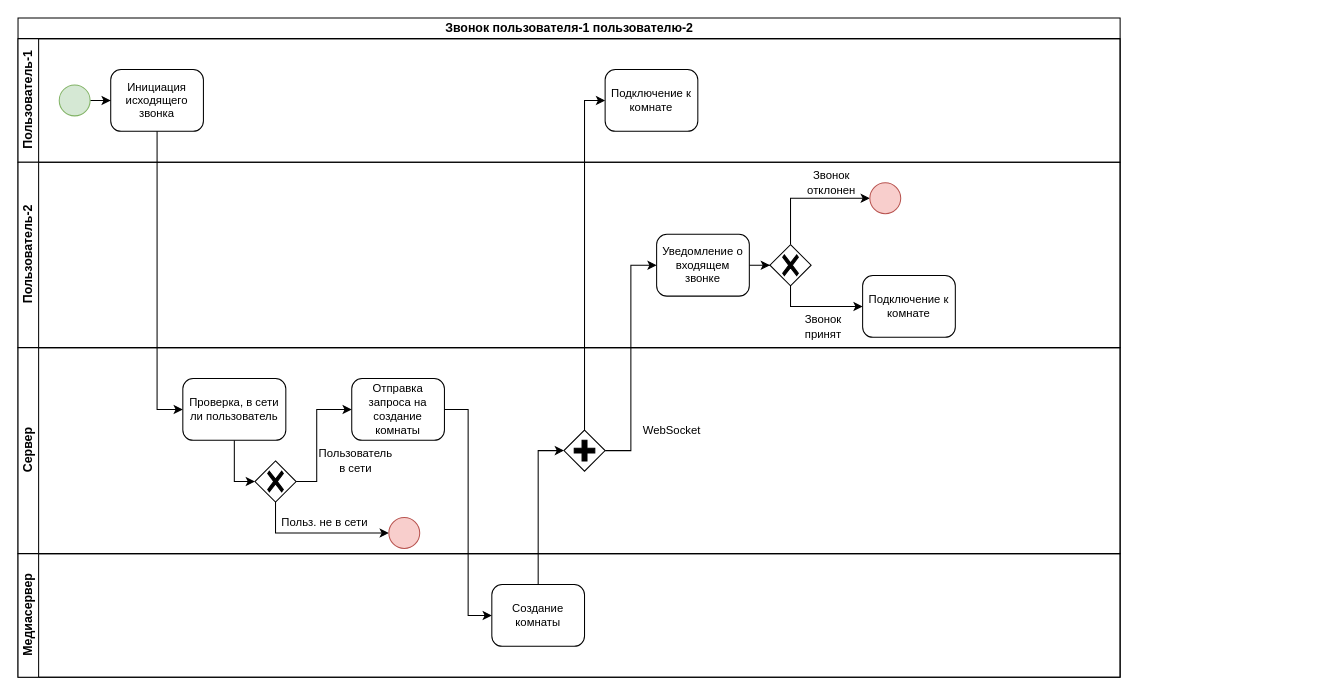
Before: page "Страница 3" (3 of 3) of Диаграммы/Процесс.drawio in den59k/community, a draw.io diagram. Source tidied: cells renumbered, new cells numbered last; positions are measured from the earlier drawing's top-left corner, leaving out a move shared by most shapes. Both pictures are drawn from the tidied source at 103%, with x=0, y=0 at pixel (18, 18).
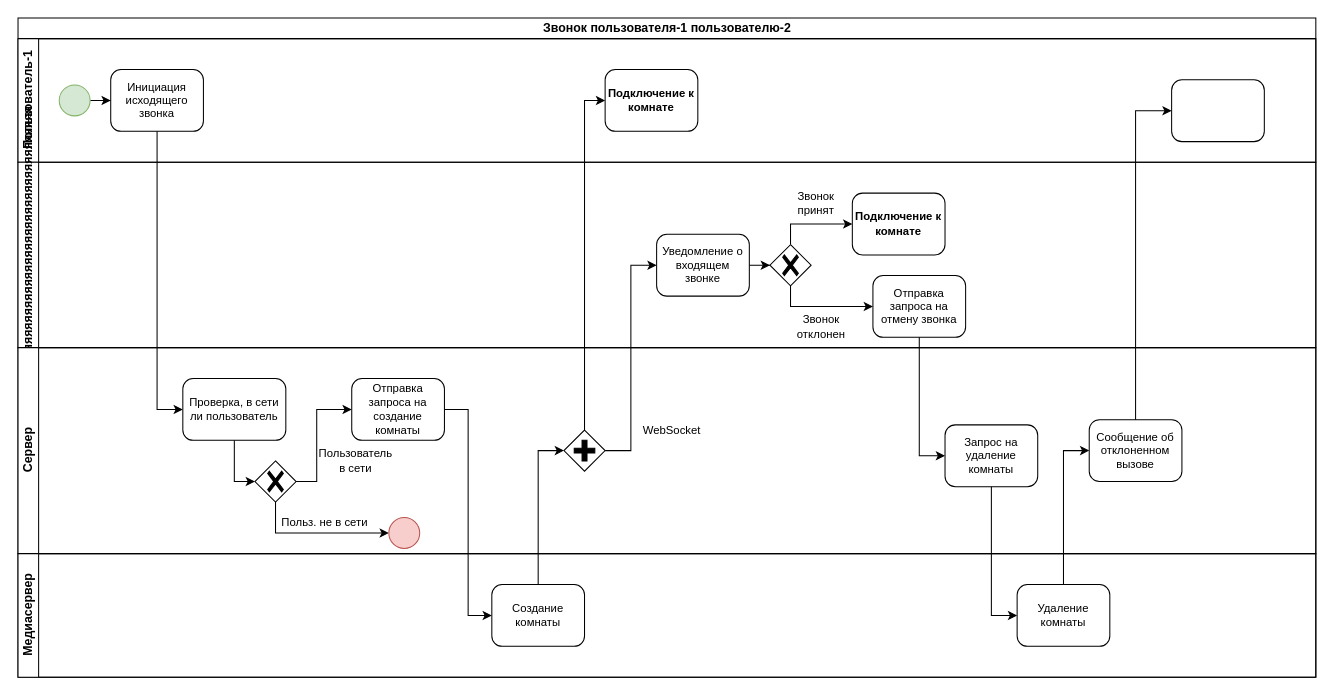
Above is the later version.

The change refers to these unchanged cells:
```xml
<mxCell id="13" style="points=[[0.25,0.25,0],[0.5,0,0],[0.75,0.25,0],[1,0.5,0],[0.75,0.75,0],[0.5,1,0],[0.25,0.75,0],[0,0.5,0]];shape=mxgraph.bpmn.gateway2;html=1;verticalLabelPosition=bottom;labelBackgroundColor=#ffffff;verticalAlign=top;align=center;perimeter=rhombusPerimeter;outlineConnect=0;outline=none;symbol=none;gwType=exclusive;fontSize=11;" parent="8" vertex="1">
  <mxGeometry x="730" y="80" width="40" height="40" as="geometry" />
</mxCell>
```

Change to the diagram source:
```diff
@@
     <mxCell id="2" value="Звонок пользователя-1 пользователю-2" style="swimlane;html=1;horizontal=1;startSize=20;" parent="1" vertex="1">
-      <mxGeometry width="1070" height="640" as="geometry" />
+      <mxGeometry width="1260" height="640" as="geometry" />
     </mxCell>
     <mxCell id="3" value="Пользователь-1" style="swimlane;html=1;startSize=20;horizontal=0;" parent="2" vertex="1">
-      <mxGeometry y="20" width="1070" height="120" as="geometry" />
+      <mxGeometry y="20" width="1260" height="120" as="geometry" />
     </mxCell>
@@
-    <mxCell id="7" value="Подключение к комнате" style="points=[[0.25,0,0],[0.5,0,0],[0.75,0,0],[1,0.25,0],[1,0.5,0],[1,0.75,0],[0.75,1,0],[0.5,1,0],[0.25,1,0],[0,0.75,0],[0,0.5,0],[0,0.25,0]];shape=mxgraph.bpmn.task;rectStyle=rounded;size=10;taskMarker=abstract;whiteSpace=wrap;fontSize=11;" parent="3" vertex="1">
+    <mxCell id="7" value="Подключение к комнате" style="points=[[0.25,0,0],[0.5,0,0],[0.75,0,0],[1,0.25,0],[1,0.5,0],[1,0.75,0],[0.75,1,0],[0.5,1,0],[0.25,1,0],[0,0.75,0],[0,0.5,0],[0,0.25,0]];shape=mxgraph.bpmn.task;rectStyle=rounded;size=10;taskMarker=abstract;whiteSpace=wrap;fontSize=11;fontStyle=1;" parent="3" vertex="1">
       <mxGeometry x="570" y="30" width="90" height="60" as="geometry" />
     </mxCell>
+    <mxCell id="37" style="points=[[0.25,0,0],[0.5,0,0],[0.75,0,0],[1,0.25,0],[1,0.5,0],[1,0.75,0],[0.75,1,0],[0.5,1,0],[0.25,1,0],[0,0.75,0],[0,0.5,0],[0,0.25,0]];shape=mxgraph.bpmn.task;rectStyle=rounded;size=10;taskMarker=abstract;whiteSpace=wrap;fontSize=11;" parent="3" vertex="1">
+      <mxGeometry x="1120" y="40" width="90" height="60" as="geometry" />
+    </mxCell>
-    <mxCell id="8" value="Пользователь-2" style="swimlane;html=1;startSize=20;horizontal=0;" parent="2" vertex="1">
-      <mxGeometry y="140" width="1070" height="180" as="geometry" />
+    <mxCell id="8" value="яяяяяяяяяяяяяяяяяяяяяяяяяяяяяяяяяяяяяяяяя" style="swimlane;html=1;startSize=20;horizontal=0;" parent="2" vertex="1">
+      <mxGeometry y="140" width="1260" height="180" as="geometry" />
     </mxCell>
@@
-    <mxCell id="11" style="edgeStyle=orthogonalEdgeStyle;rounded=0;jettySize=auto;html=1;exitX=0.5;exitY=0;exitDx=0;exitDy=0;exitPerimeter=0;entryX=0;entryY=0.5;entryDx=0;entryDy=0;entryPerimeter=0;fontSize=11;" parent="8" edge="1" source="13" target="14">
-      <mxGeometry relative="1" as="geometry" />
-    </mxCell>
-    <mxCell id="12" style="edgeStyle=orthogonalEdgeStyle;rounded=0;jettySize=auto;html=1;exitX=0.5;exitY=1;exitDx=0;exitDy=0;exitPerimeter=0;entryX=0;entryY=0.5;entryDx=0;entryDy=0;entryPerimeter=0;fontSize=11;" parent="8" edge="1" source="13" target="16">
+    <mxCell id="12" style="edgeStyle=orthogonalEdgeStyle;rounded=0;jettySize=auto;html=1;exitX=0.5;exitY=0;exitDx=0;exitDy=0;exitPerimeter=0;entryX=0;entryY=0.5;entryDx=0;entryDy=0;entryPerimeter=0;" parent="8" edge="1" source="13" target="16">
       <mxGeometry relative="1" as="geometry" />
     </mxCell>
@@
-    <mxCell id="14" style="points=[[0.145,0.145,0],[0.5,0,0],[0.855,0.145,0],[1,0.5,0],[0.855,0.855,0],[0.5,1,0],[0.145,0.855,0],[0,0.5,0]];shape=mxgraph.bpmn.event;html=1;verticalLabelPosition=bottom;labelBackgroundColor=#ffffff;verticalAlign=top;align=center;perimeter=ellipsePerimeter;outlineConnect=0;outline=standard;symbol=general;fontSize=11;fillColor=#f8cecc;strokeColor=#b85450;" parent="8" vertex="1">
-      <mxGeometry x="827" y="20" width="30" height="30" as="geometry" />
-    </mxCell>
     <mxCell id="15" value="Звонок &lt;br&gt;отклонен" style="text;html=1;strokeColor=none;fillColor=none;align=center;verticalAlign=middle;whiteSpace=wrap;rounded=0;fontSize=11;" parent="8" vertex="1">
-      <mxGeometry x="730" y="10" width="120" height="20" as="geometry" />
+      <mxGeometry x="720" y="150" width="120" height="20" as="geometry" />
     </mxCell>
-    <mxCell id="16" value="Подключение к комнате" style="points=[[0.25,0,0],[0.5,0,0],[0.75,0,0],[1,0.25,0],[1,0.5,0],[1,0.75,0],[0.75,1,0],[0.5,1,0],[0.25,1,0],[0,0.75,0],[0,0.5,0],[0,0.25,0]];shape=mxgraph.bpmn.task;rectStyle=rounded;size=10;taskMarker=abstract;whiteSpace=wrap;fontSize=11;" parent="8" vertex="1">
-      <mxGeometry x="820" y="110" width="90" height="60" as="geometry" />
+    <mxCell id="16" value="Подключение к комнате" style="points=[[0.25,0,0],[0.5,0,0],[0.75,0,0],[1,0.25,0],[1,0.5,0],[1,0.75,0],[0.75,1,0],[0.5,1,0],[0.25,1,0],[0,0.75,0],[0,0.5,0],[0,0.25,0]];shape=mxgraph.bpmn.task;rectStyle=rounded;size=10;taskMarker=abstract;whiteSpace=wrap;fontSize=11;fontStyle=1;" parent="8" vertex="1">
+      <mxGeometry x="810" y="30" width="90" height="60" as="geometry" />
     </mxCell>
     <mxCell id="17" value="Звонок &lt;br&gt;принят" style="text;html=1;strokeColor=none;fillColor=none;align=center;verticalAlign=middle;whiteSpace=wrap;rounded=0;fontSize=11;" parent="8" vertex="1">
-      <mxGeometry x="737" y="150" width="90" height="20" as="geometry" />
+      <mxGeometry x="730" y="30" width="90" height="20" as="geometry" />
     </mxCell>
+    <mxCell id="38" style="edgeStyle=orthogonalEdgeStyle;rounded=0;orthogonalLoop=1;jettySize=auto;html=1;exitX=0.5;exitY=1;exitDx=0;exitDy=0;" parent="8" edge="1" source="15" target="15">
+      <mxGeometry relative="1" as="geometry" />
+    </mxCell>
+    <mxCell id="39" value="Отправка запроса на отмену звонка" style="points=[[0.25,0,0],[0.5,0,0],[0.75,0,0],[1,0.25,0],[1,0.5,0],[1,0.75,0],[0.75,1,0],[0.5,1,0],[0.25,1,0],[0,0.75,0],[0,0.5,0],[0,0.25,0]];shape=mxgraph.bpmn.task;rectStyle=rounded;size=10;taskMarker=abstract;whiteSpace=wrap;fontSize=11;" parent="8" vertex="1">
+      <mxGeometry x="830" y="110" width="90" height="60" as="geometry" />
+    </mxCell>
+    <mxCell id="40" style="edgeStyle=orthogonalEdgeStyle;rounded=0;jettySize=auto;html=1;exitX=0.5;exitY=1;exitDx=0;exitDy=0;exitPerimeter=0;entryX=0;entryY=0.5;entryDx=0;entryDy=0;entryPerimeter=0;" parent="8" edge="1" source="13" target="39">
+      <mxGeometry relative="1" as="geometry" />
+    </mxCell>
     <mxCell id="18" value="Сервер" style="swimlane;html=1;startSize=20;horizontal=0;" parent="2" vertex="1">
-      <mxGeometry y="320" width="1070" height="200" as="geometry" />
+      <mxGeometry y="320" width="1260" height="200" as="geometry" />
     </mxCell>
@@
+    <mxCell id="41" value="Запрос на удаление комнаты" style="points=[[0.25,0,0],[0.5,0,0],[0.75,0,0],[1,0.25,0],[1,0.5,0],[1,0.75,0],[0.75,1,0],[0.5,1,0],[0.25,1,0],[0,0.75,0],[0,0.5,0],[0,0.25,0]];shape=mxgraph.bpmn.task;rectStyle=rounded;size=10;taskMarker=abstract;whiteSpace=wrap;fontSize=11;" parent="18" vertex="1">
+      <mxGeometry x="900" y="75" width="90" height="60" as="geometry" />
+    </mxCell>
+    <mxCell id="42" value="Сообщение об отклоненном вызове" style="points=[[0.25,0,0],[0.5,0,0],[0.75,0,0],[1,0.25,0],[1,0.5,0],[1,0.75,0],[0.75,1,0],[0.5,1,0],[0.25,1,0],[0,0.75,0],[0,0.5,0],[0,0.25,0]];shape=mxgraph.bpmn.task;rectStyle=rounded;size=10;taskMarker=abstract;whiteSpace=wrap;fontSize=11;" parent="18" vertex="1">
+      <mxGeometry x="1040" y="70" width="90" height="60" as="geometry" />
+    </mxCell>
     <mxCell id="30" value="Медиасервер" style="swimlane;html=1;startSize=20;horizontal=0;" parent="2" vertex="1">
-      <mxGeometry y="520" width="1070" height="120" as="geometry" />
+      <mxGeometry y="520" width="1260" height="120" as="geometry" />
     </mxCell>
@@
+    <mxCell id="43" value="Удаление комнаты" style="points=[[0.25,0,0],[0.5,0,0],[0.75,0,0],[1,0.25,0],[1,0.5,0],[1,0.75,0],[0.75,1,0],[0.5,1,0],[0.25,1,0],[0,0.75,0],[0,0.5,0],[0,0.25,0]];shape=mxgraph.bpmn.task;rectStyle=rounded;size=10;taskMarker=abstract;whiteSpace=wrap;fontSize=11;" parent="30" vertex="1">
+      <mxGeometry x="970" y="30" width="90" height="60" as="geometry" />
+    </mxCell>
@@
+    <mxCell id="44" style="edgeStyle=orthogonalEdgeStyle;rounded=0;jettySize=auto;html=1;exitX=0.5;exitY=1;exitDx=0;exitDy=0;exitPerimeter=0;entryX=0;entryY=0.5;entryDx=0;entryDy=0;entryPerimeter=0;" parent="2" edge="1" source="39" target="41">
+      <mxGeometry relative="1" as="geometry" />
+    </mxCell>
+    <mxCell id="45" style="edgeStyle=orthogonalEdgeStyle;rounded=0;jettySize=auto;html=1;entryX=0;entryY=0.5;entryDx=0;entryDy=0;entryPerimeter=0;" parent="2" edge="1" source="41" target="43">
+      <mxGeometry relative="1" as="geometry" />
+    </mxCell>
+    <mxCell id="46" style="edgeStyle=orthogonalEdgeStyle;rounded=0;jettySize=auto;html=1;entryX=0;entryY=0.5;entryDx=0;entryDy=0;entryPerimeter=0;" parent="2" edge="1" source="43" target="42">
+      <mxGeometry relative="1" as="geometry" />
+    </mxCell>
+    <mxCell id="47" style="edgeStyle=orthogonalEdgeStyle;rounded=0;jettySize=auto;html=1;entryX=0;entryY=0.5;entryDx=0;entryDy=0;entryPerimeter=0;" parent="2" edge="1" source="42" target="37">
+      <mxGeometry relative="1" as="geometry" />
+    </mxCell>
```
